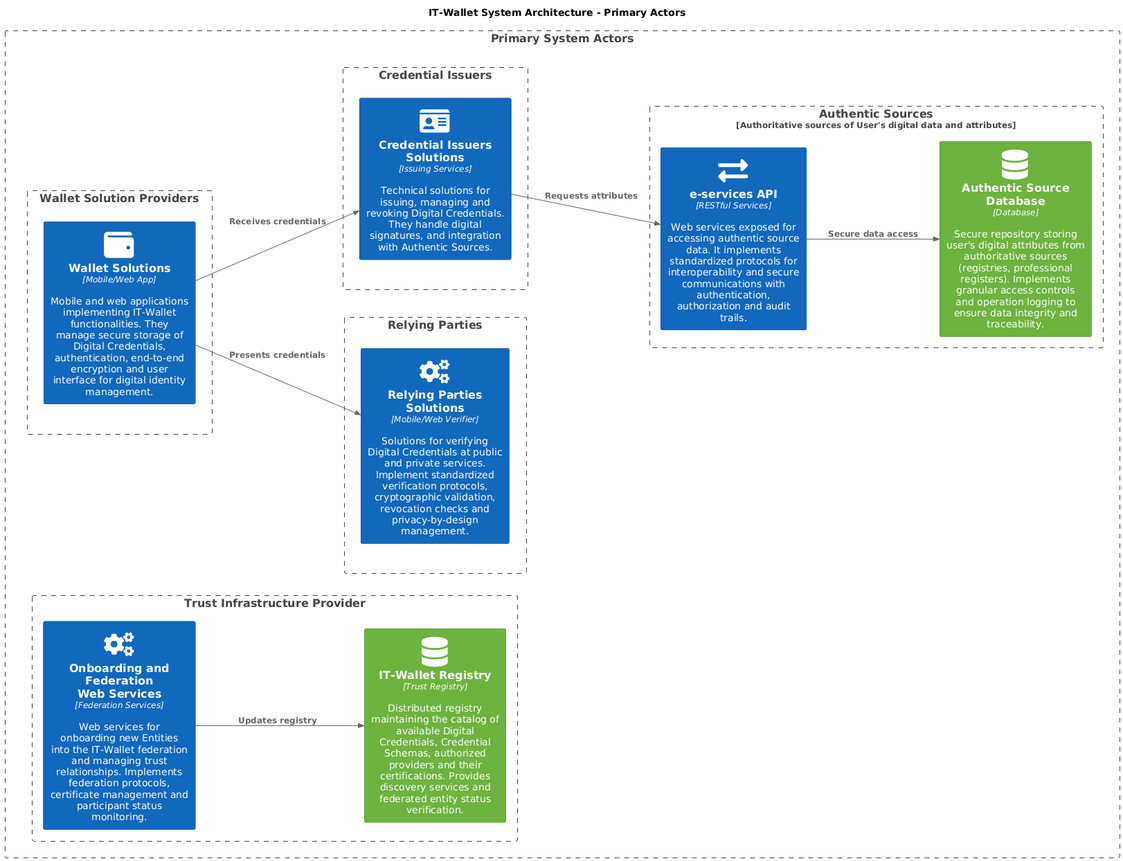
italia/eid-wallet-it-docs keeps this PlantUML diagram as releases/1.3.0/it/_images/plantuml-c4f9e776910d45ae6fa89557b5b95f77da761228.png. Above is the earlier version.
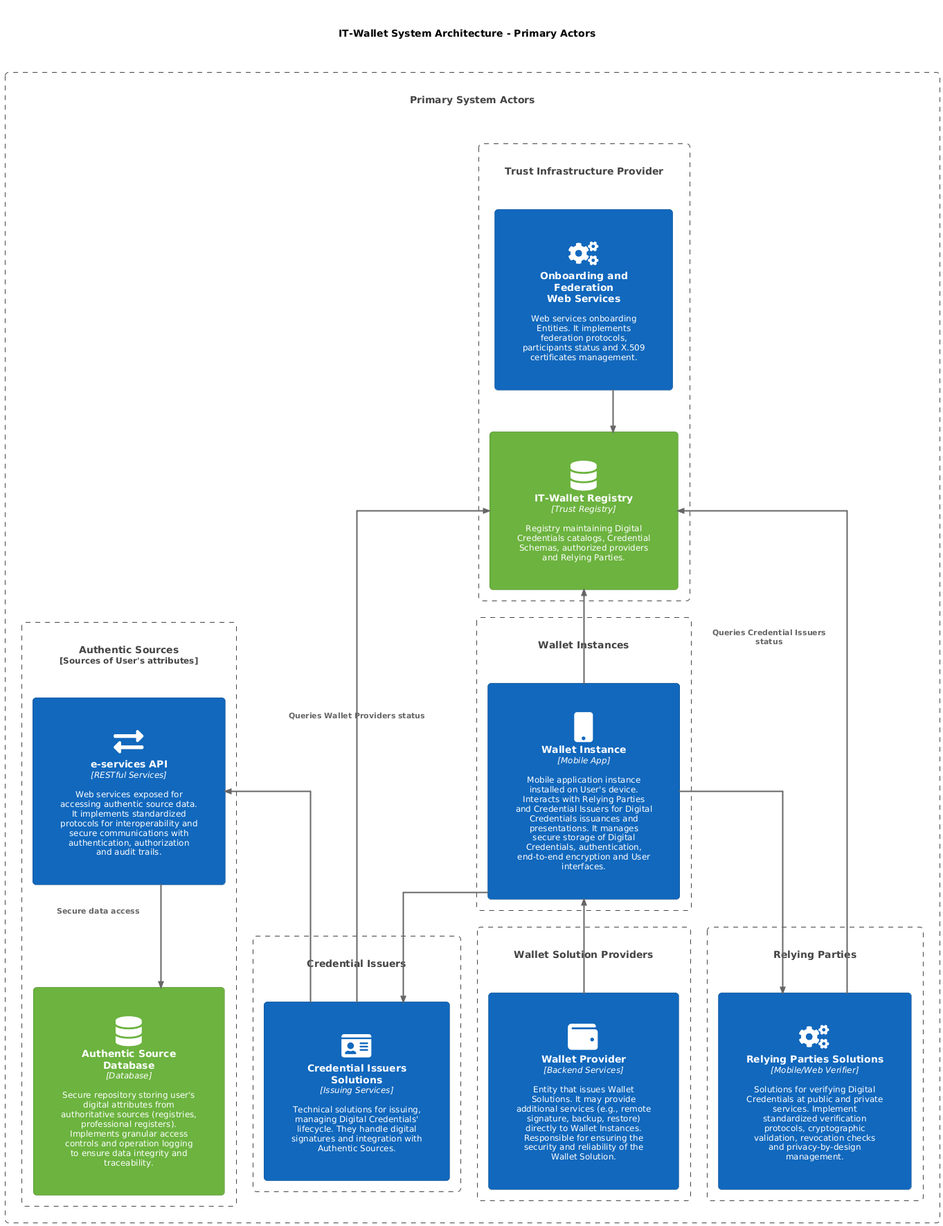
After the commit.

Commit message:
fix: arch overview italian image

Diff of the diagram source:
```diff
@@ -1,7 +1,7 @@
-@startuml IT-Wallet_System_Architecture_Primary
+@startuml
 !include <C4/C4_Component>
 HIDE_STEREOTYPE()
-LAYOUT_LEFT_RIGHT()
+skinparam linetype ortho
 !include <tupadr3/common>
 !include <tupadr3/font-awesome-5/certificate>
 !include <tupadr3/font-awesome-5/database>
@@ -9,6 +9,7 @@
 !include <tupadr3/font-awesome-5/id_card>
 !include <tupadr3/font-awesome-5/exchange_alt>
 !include <tupadr3/font-awesome-5/wallet>
+!include <tupadr3/font-awesome-5/mobile>
 !include <tupadr3/font-awesome/institution>
 
 AddElementTag("external", $bgColor="#999999", $fontColor="white", $borderColor="grey")
@@ -16,52 +17,69 @@
 AddElementTag("tech", $bgColor="#6cb33f", $fontColor="white", $borderColor="#4a8329")
 AddElementTag("governance", $bgColor="#8A398F", $fontColor="white", $borderColor="#55235A")
 
+skinparam padding 30
+skinparam defaultFontSize 12
+skinparam component {
+    Padding 25
+    Margin 25
+}
+skinparam container {
+    Padding 35
+    Margin 35
+}
+skinparam boundary {
+    Padding 50
+    Margin 50
+}
+skinparam arrow {
+    Thickness 2
+    FontSize 11
+}
+skinparam maxMessageSize 200
+skinparam roundcorner 10
+skinparam shadowing false
+
 title IT-Wallet System Architecture - Primary Actors
 
 
 Boundary(primary, "Primary System Actors") {
-    Boundary(authentic_sources, "Authentic Sources", "Authoritative sources of User's digital data and attributes"){
-
-        Component(as_api, "e-services API", "RESTful Services", "Web services exposed for accessing authentic source data. It implements standardized protocols for interoperability and secure communications with authentication, authorization and audit trails.", $tags="primary", $sprite="exchange_alt")
-
-        Component(as_db, "Authentic Source Database", "Database", "Secure repository storing user's digital attributes from authoritative sources (registries, professional registers). Implements granular access controls and operation logging to ensure data integrity and traceability.", $tags="tech", $sprite="database")
-
-        Rel_D(as_api,as_db,"Secure data access")
-
+    Boundary(ta, "Trust Infrastructure Provider", ""){
+        Component(ta_services, "Onboarding and Federation\nWeb Services", "", "Web services onboarding Entities. It implements federation protocols, participants status and X.509 certificates management.",$tags="primary", $sprite="cogs")
+        Component(trust_registry, "IT-Wallet Registry", "Trust Registry", "Registry maintaining Digital Credentials catalogs, Credential Schemas, authorized providers and Relying Parties.", $tags="tech", $sprite="database")
+        Rel_D(ta_services,trust_registry,"")
     }
 
-    Boundary(wallet_provider, "Wallet Solution Providers", "") {
-        Container(ws, "Wallet Solutions", "Mobile/Web App", "Mobile and web applications implementing IT-Wallet functionalities. They manage secure storage of Digital Credentials, authentication, end-to-end encryption and user interface for digital identity management.", $tags="primary",$sprite="wallet")
+    Boundary(authentic_sources, "Authentic Sources", "Sources of User's attributes"){
+        Component(as_api, "e-services API", "RESTful Services", "Web services exposed for accessing authentic source data. It implements standardized protocols for interoperability and secure communications with authentication, authorization and audit trails.", $tags="primary", $sprite="exchange_alt")
+        Component(as_db, "Authentic Source Database", "Database", "Secure repository storing user's digital attributes from authoritative sources (registries, professional registers). Implements granular access controls and operation logging to ensure data integrity and traceability.", $tags="tech", $sprite="database")
+        Rel_D(as_api,as_db,"Secure data access")
     }
 
     Boundary(dc_provider, "Credential Issuers", "") {
-        Container(dc_solution, "Credential Issuers Solutions", "Issuing Services", "Technical solutions for issuing, managing and revoking Digital Credentials. They handle digital signatures, and integration with Authentic Sources.", $tags="primary",$sprite="id_card")
+        Container(dc_solution, "Credential Issuers Solutions", "Issuing Services", "Technical solutions for issuing, managing Digital Credentials' lifecycle. They handle digital signatures and integration with Authentic Sources.", $tags="primary",$sprite="id_card")
+    }
+
+    Boundary(wallet_instance_boundary, "Wallet Instances", "") {
+        Container(wi, "Wallet Instance", "Mobile App", "Mobile application instance installed on User's device. Interacts with Relying Parties and Credential Issuers for Digital Credentials issuances and presentations. It manages secure storage of Digital Credentials, authentication, end-to-end encryption and User interfaces.", $tags="primary",$sprite="mobile")
     }
 
     Boundary(rp_provider, "Relying Parties", "") {
         Container(rp_solution, "Relying Parties Solutions", "Mobile/Web Verifier", "Solutions for verifying Digital Credentials at public and private services. Implement standardized verification protocols, cryptographic validation, revocation checks and privacy-by-design management.", $tags="primary",$sprite="cogs")
     }
 
-    Boundary(ta, "Trust Infrastructure Provider", ""){
-        Component(ta_services, "Onboarding and Federation\nWeb Services", "Federation Services", "Web services for onboarding new Entities into the IT-Wallet federation and managing trust relationships. Implements federation protocols, certificate management and participant status monitoring.",$tags="primary", $sprite="cogs")
-
-        Component(trust_registry, "IT-Wallet Registry", "Trust Registry", "Distributed registry maintaining the catalog of available Digital Credentials, Credential Schemas, authorized providers and their certifications. Provides discovery services and federated entity status verification.", $tags="tech", $sprite="database")
-
-        Rel_D(ta_services,trust_registry,"Updates registry")
+    Boundary(wallet_provider_boundary, "Wallet Solution Providers", "") {
+        Container(wp, "Wallet Provider", "Backend Services", "Entity that issues Wallet Solutions. It may provide additional services (e.g., remote signature, backup, restore) directly to Wallet Instances. Responsible for ensuring the security and reliability of the Wallet Solution.", $tags="primary",$sprite="wallet")
     }
-
-    Lay_U(as_api,dc_provider)
-    Lay_U(dc_provider,wallet_provider)
-    Lay_U(wallet_provider,rp_provider)
-    Lay_U(rp_provider,ta_services)
 }
 
+Rel_U(dc_solution, as_api, "")
+Rel_U(wp, wi, "")
+Rel(wi, dc_solution, "")
+Rel(wi, rp_solution, "")
+Rel_U(rp_solution, trust_registry, "Queries Credential Issuers status")
+Rel_U(wi, trust_registry, "")
+Rel_U(dc_solution, trust_registry, "Queries Wallet Providers status")
 
-Rel(dc_solution, as_api, "Requests attributes")
-Rel(ws, dc_solution, "Receives credentials")
-Rel(ws, rp_solution, "Presents credentials")
-
-
-
-
+Lay_R(ta_services, trust_registry)
+Lay_R(as_api, as_db)
 @enduml
```
